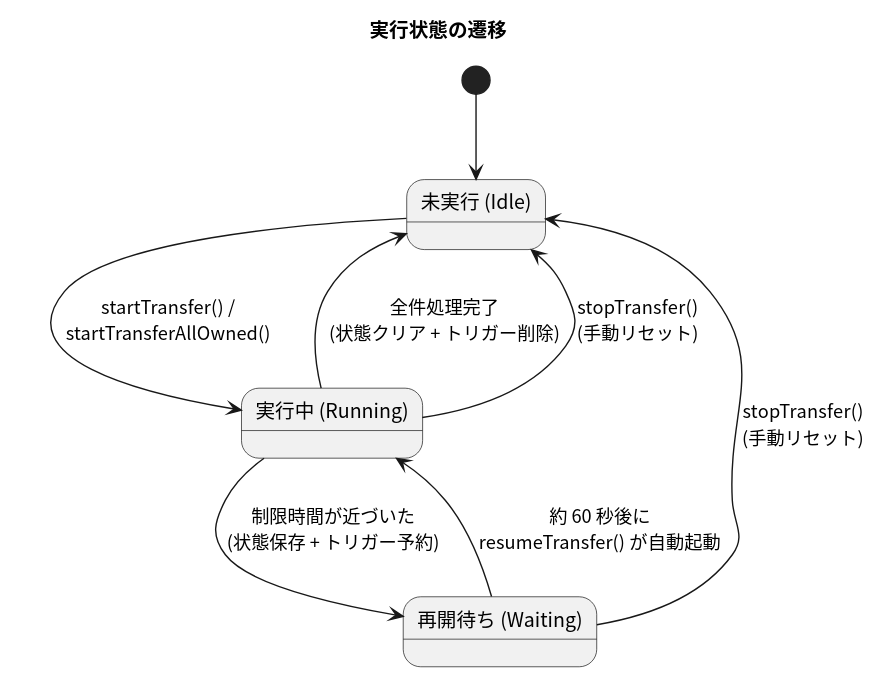
pollenjp-org/sandbox keeps this PlantUML diagram as gas-drive-ownership-transfer-2026-07-11/docs/textbook/images/04_state_machine.svg. Above is the earlier version. The source it was exported from:
```plantuml
@startuml
title 実行状態の遷移
skinparam defaultFontName "Noto Sans CJK JP"
skinparam shadowing false

state "未実行 (Idle)" as Idle
state "実行中 (Running)" as Running
state "再開待ち (Waiting)" as Waiting

[*] --> Idle
Idle --> Running : startTransfer() /\nstartTransferAllOwned()
Running --> Waiting : 制限時間が近づいた\n(状態保存 + トリガー予約)
Waiting --> Running : 約 60 秒後に\nresumeTransfer() が自動起動
Running --> Idle : 全件処理完了\n(状態クリア + トリガー削除)
Running --> Idle : stopTransfer()\n(手動リセット)
Waiting --> Idle : stopTransfer()\n(手動リセット)
@enduml
```
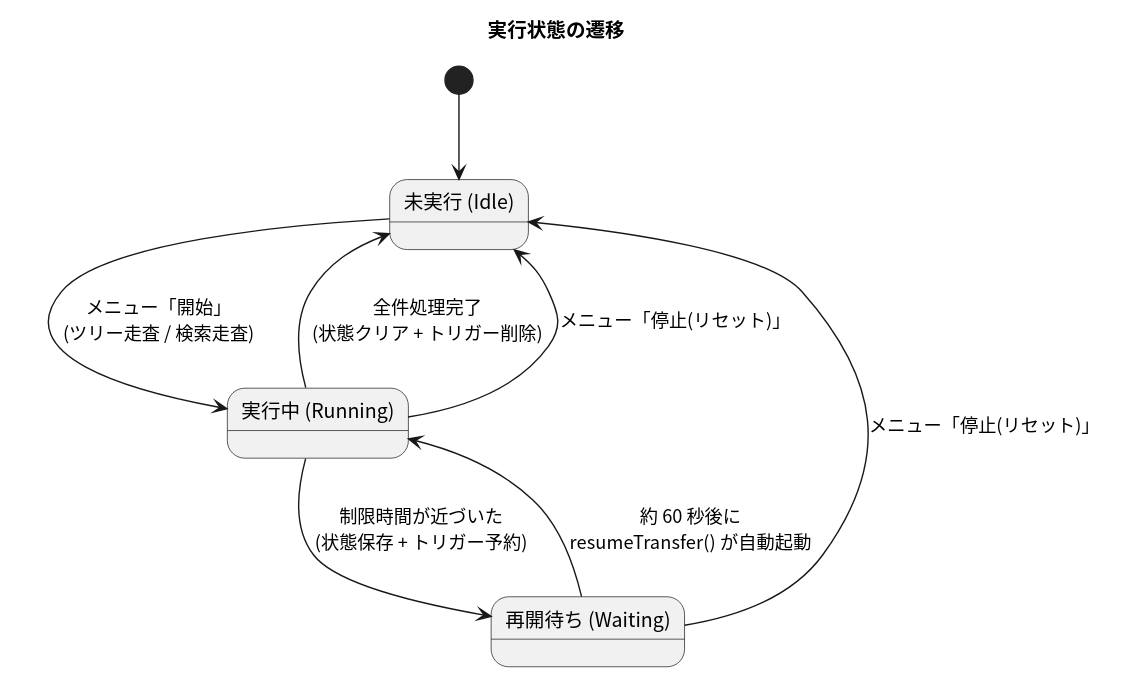
After the commit.

Diff of the diagram source:
```diff
@@ -8,10 +8,10 @@
 state "再開待ち (Waiting)" as Waiting
 
 [*] --> Idle
-Idle --> Running : startTransfer() /\nstartTransferAllOwned()
+Idle --> Running : メニュー「開始」\n(ツリー走査 / 検索走査)
 Running --> Waiting : 制限時間が近づいた\n(状態保存 + トリガー予約)
 Waiting --> Running : 約 60 秒後に\nresumeTransfer() が自動起動
 Running --> Idle : 全件処理完了\n(状態クリア + トリガー削除)
-Running --> Idle : stopTransfer()\n(手動リセット)
-Waiting --> Idle : stopTransfer()\n(手動リセット)
+Running --> Idle : メニュー「停止(リセット)」
+Waiting --> Idle : メニュー「停止(リセット)」
 @enduml
```
